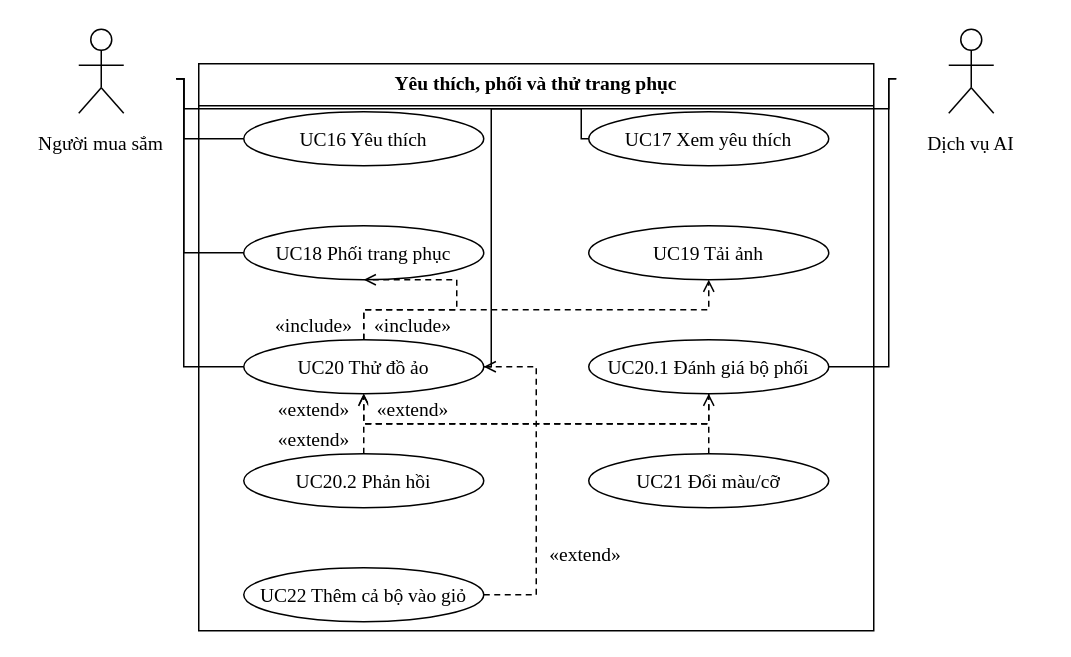
The draw.io diagram docs/do-an-LSOUL/So-do-LSOUL-rut-gon/drawio/UC-G03.drawio in Loccao102/BanHang, before the edit. Source tidied: cells renumbered, new cells numbered last; positions are measured from the earlier drawing's top-left corner, leaving out a move shared by most shapes. Both pictures are drawn from the tidied source at 150%, with x=0, y=0 at pixel (26, 26).
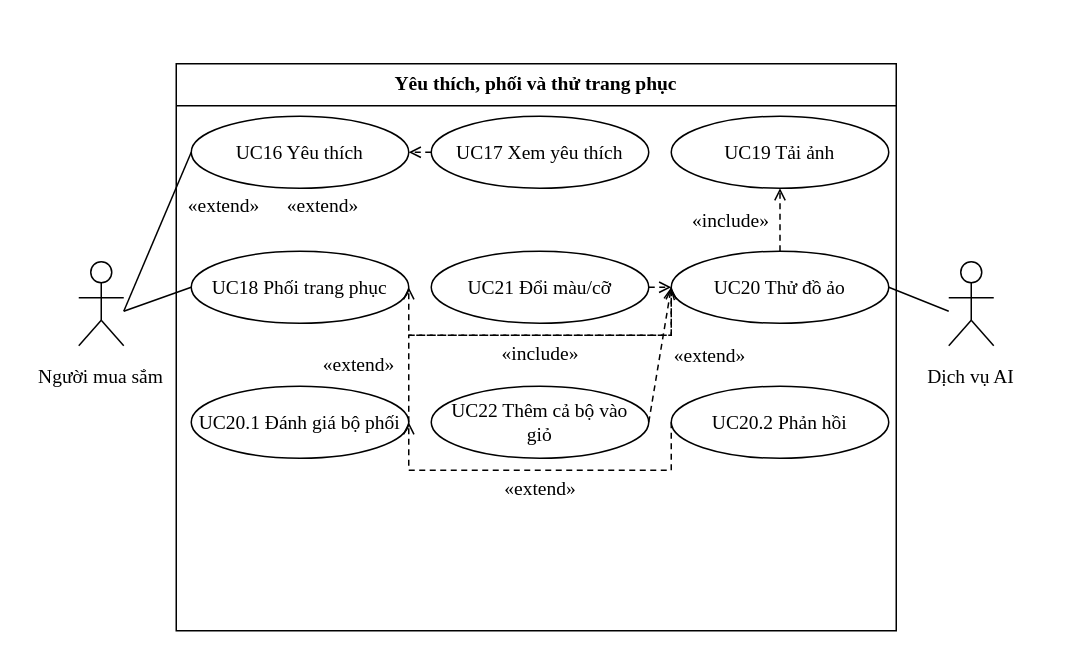
After the change.

Change to the diagram source:
```diff
@@
     <mxCell id="2" style="fontFamily=Times New Roman;fontSize=13;fontColor=#000000;strokeColor=#000000;strokeWidth=1;fillColor=#FFFFFF;shadow=0;rounded=0;html=0;whiteSpace=wrap;spacing=5;align=center;verticalAlign=middle;" parent="1" vertex="1">
-      <mxGeometry x="115" y="25" width="450" height="378" as="geometry" />
+      <mxGeometry x="100" y="25" width="480" height="378" as="geometry" />
     </mxCell>
     <mxCell id="3" value="Yêu thích, phối và thử trang phục" style="fontFamily=Times New Roman;fontSize=13;fontColor=#000000;strokeColor=#000000;strokeWidth=1;fillColor=#FFFFFF;shadow=0;rounded=0;html=0;whiteSpace=wrap;spacing=5;text;strokeColor=none;fillColor=none;align=center;verticalAlign=middle;fontStyle=1;" parent="1" vertex="1">
-      <mxGeometry x="118" y="27" width="444" height="22" as="geometry" />
+      <mxGeometry x="103" y="27" width="474" height="22" as="geometry" />
     </mxCell>
     <mxCell id="4" style="fontFamily=Times New Roman;fontSize=13;fontColor=#000000;strokeColor=#000000;strokeWidth=1;fillColor=#FFFFFF;shadow=0;rounded=0;html=0;whiteSpace=wrap;spacing=5;endArrow=none;endFill=1;startArrow=none;" parent="1" edge="1">
       <mxGeometry relative="1" as="geometry">
-        <mxPoint x="115" y="53" as="sourcePoint" />
-        <mxPoint x="565" y="53" as="targetPoint" />
+        <mxPoint x="100" y="53" as="sourcePoint" />
+        <mxPoint x="580" y="53" as="targetPoint" />
       </mxGeometry>
     </mxCell>
     <mxCell id="5" value="UC16 Yêu thích" style="fontFamily=Times New Roman;fontSize=13;fontColor=#000000;strokeColor=#000000;strokeWidth=1;fillColor=#FFFFFF;shadow=0;rounded=0;html=0;whiteSpace=wrap;spacing=5;ellipse;perimeter=ellipsePerimeter;align=center;verticalAlign=middle;" parent="1" vertex="1">
-      <mxGeometry x="145" y="57" width="160" height="36" as="geometry" />
+      <mxGeometry x="110" y="60" width="145" height="48" as="geometry" />
     </mxCell>
     <mxCell id="6" value="UC17 Xem yêu thích" style="fontFamily=Times New Roman;fontSize=13;fontColor=#000000;strokeColor=#000000;strokeWidth=1;fillColor=#FFFFFF;shadow=0;rounded=0;html=0;whiteSpace=wrap;spacing=5;ellipse;perimeter=ellipsePerimeter;align=center;verticalAlign=middle;" parent="1" vertex="1">
-      <mxGeometry x="375" y="57" width="160" height="36" as="geometry" />
+      <mxGeometry x="270" y="60" width="145" height="48" as="geometry" />
     </mxCell>
+    <mxCell id="8" value="UC19 Tải ảnh" style="fontFamily=Times New Roman;fontSize=13;fontColor=#000000;strokeColor=#000000;strokeWidth=1;fillColor=#FFFFFF;shadow=0;rounded=0;html=0;whiteSpace=wrap;spacing=5;ellipse;perimeter=ellipsePerimeter;align=center;verticalAlign=middle;" parent="1" vertex="1">
+      <mxGeometry x="430" y="60" width="145" height="48" as="geometry" />
+    </mxCell>
     <mxCell id="7" value="UC18 Phối trang phục" style="fontFamily=Times New Roman;fontSize=13;fontColor=#000000;strokeColor=#000000;strokeWidth=1;fillColor=#FFFFFF;shadow=0;rounded=0;html=0;whiteSpace=wrap;spacing=5;ellipse;perimeter=ellipsePerimeter;align=center;verticalAlign=middle;" parent="1" vertex="1">
-      <mxGeometry x="145" y="133" width="160" height="36" as="geometry" />
+      <mxGeometry x="110" y="150" width="145" height="48" as="geometry" />
     </mxCell>
-    <mxCell id="8" value="UC19 Tải ảnh" style="fontFamily=Times New Roman;fontSize=13;fontColor=#000000;strokeColor=#000000;strokeWidth=1;fillColor=#FFFFFF;shadow=0;rounded=0;html=0;whiteSpace=wrap;spacing=5;ellipse;perimeter=ellipsePerimeter;align=center;verticalAlign=middle;" parent="1" vertex="1">
-      <mxGeometry x="375" y="133" width="160" height="36" as="geometry" />
-    </mxCell>
+    <mxCell id="12" value="UC21 Đổi màu/cỡ" style="fontFamily=Times New Roman;fontSize=13;fontColor=#000000;strokeColor=#000000;strokeWidth=1;fillColor=#FFFFFF;shadow=0;rounded=0;html=0;whiteSpace=wrap;spacing=5;ellipse;perimeter=ellipsePerimeter;align=center;verticalAlign=middle;" parent="1" vertex="1">
+      <mxGeometry x="270" y="150" width="145" height="48" as="geometry" />
+    </mxCell>
     <mxCell id="9" value="UC20 Thử đồ ảo" style="fontFamily=Times New Roman;fontSize=13;fontColor=#000000;strokeColor=#000000;strokeWidth=1;fillColor=#FFFFFF;shadow=0;rounded=0;html=0;whiteSpace=wrap;spacing=5;ellipse;perimeter=ellipsePerimeter;align=center;verticalAlign=middle;" parent="1" vertex="1">
-      <mxGeometry x="145" y="209" width="160" height="36" as="geometry" />
+      <mxGeometry x="430" y="150" width="145" height="48" as="geometry" />
     </mxCell>
     <mxCell id="10" value="UC20.1 Đánh giá bộ phối" style="fontFamily=Times New Roman;fontSize=13;fontColor=#000000;strokeColor=#000000;strokeWidth=1;fillColor=#FFFFFF;shadow=0;rounded=0;html=0;whiteSpace=wrap;spacing=5;ellipse;perimeter=ellipsePerimeter;align=center;verticalAlign=middle;" parent="1" vertex="1">
-      <mxGeometry x="375" y="209" width="160" height="36" as="geometry" />
+      <mxGeometry x="110" y="240" width="145" height="48" as="geometry" />
     </mxCell>
+    <mxCell id="13" value="UC22 Thêm cả bộ vào giỏ" style="fontFamily=Times New Roman;fontSize=13;fontColor=#000000;strokeColor=#000000;strokeWidth=1;fillColor=#FFFFFF;shadow=0;rounded=0;html=0;whiteSpace=wrap;spacing=5;ellipse;perimeter=ellipsePerimeter;align=center;verticalAlign=middle;" parent="1" vertex="1">
+      <mxGeometry x="270" y="240" width="145" height="48" as="geometry" />
+    </mxCell>
     <mxCell id="11" value="UC20.2 Phản hồi" style="fontFamily=Times New Roman;fontSize=13;fontColor=#000000;strokeColor=#000000;strokeWidth=1;fillColor=#FFFFFF;shadow=0;rounded=0;html=0;whiteSpace=wrap;spacing=5;ellipse;perimeter=ellipsePerimeter;align=center;verticalAlign=middle;" parent="1" vertex="1">
-      <mxGeometry x="145" y="285" width="160" height="36" as="geometry" />
+      <mxGeometry x="430" y="240" width="145" height="48" as="geometry" />
     </mxCell>
-    <mxCell id="12" value="UC21 Đổi màu/cỡ" style="fontFamily=Times New Roman;fontSize=13;fontColor=#000000;strokeColor=#000000;strokeWidth=1;fillColor=#FFFFFF;shadow=0;rounded=0;html=0;whiteSpace=wrap;spacing=5;ellipse;perimeter=ellipsePerimeter;align=center;verticalAlign=middle;" parent="1" vertex="1">
-      <mxGeometry x="375" y="285" width="160" height="36" as="geometry" />
-    </mxCell>
-    <mxCell id="13" value="UC22 Thêm cả bộ vào giỏ" style="fontFamily=Times New Roman;fontSize=13;fontColor=#000000;strokeColor=#000000;strokeWidth=1;fillColor=#FFFFFF;shadow=0;rounded=0;html=0;whiteSpace=wrap;spacing=5;ellipse;perimeter=ellipsePerimeter;align=center;verticalAlign=middle;" parent="1" vertex="1">
-      <mxGeometry x="145" y="361" width="160" height="36" as="geometry" />
-    </mxCell>
     <mxCell id="14" style="group;" parent="1" vertex="1">
-      <mxGeometry width="100" height="92" as="geometry" />
+      <mxGeometry y="155" width="100" height="92" as="geometry" />
     </mxCell>
@@
     <mxCell id="21" style="group;" parent="1" vertex="1">
-      <mxGeometry x="580" width="100" height="92" as="geometry" />
+      <mxGeometry x="580" y="155" width="100" height="92" as="geometry" />
     </mxCell>
@@
-    <mxCell id="28" style="fontFamily=Times New Roman;fontSize=13;fontColor=#000000;strokeColor=#000000;strokeWidth=1;fillColor=#FFFFFF;shadow=0;rounded=0;html=0;whiteSpace=wrap;spacing=5;endArrow=none;endFill=1;startArrow=none;exitX=1.0000000;exitY=0.3804348;exitPerimeter=0;entryX=0.0000000;entryY=0.5000000;entryPerimeter=0;" parent="1" edge="1" source="14" target="5">
-      <mxGeometry relative="1" as="geometry">
-        <Array as="points">
-          <mxPoint x="105" y="35" />
-          <mxPoint x="105" y="75" />
-        </Array>
-      </mxGeometry>
+    <mxCell id="28" style="fontFamily=Times New Roman;fontSize=13;fontColor=#000000;strokeColor=#000000;strokeWidth=1;fillColor=#FFFFFF;shadow=0;rounded=0;html=0;whiteSpace=wrap;spacing=5;endArrow=none;endFill=1;startArrow=none;exitX=0.6500000;exitY=0.3804348;exitPerimeter=0;entryX=0.0000000;entryY=0.5000000;entryPerimeter=0;" parent="1" edge="1" source="14" target="5">
+      <mxGeometry relative="1" as="geometry" />
     </mxCell>
-    <mxCell id="29" style="fontFamily=Times New Roman;fontSize=13;fontColor=#000000;strokeColor=#000000;strokeWidth=1;fillColor=#FFFFFF;shadow=0;rounded=0;html=0;whiteSpace=wrap;spacing=5;endArrow=none;endFill=1;startArrow=none;exitX=1.0000000;exitY=0.3804348;exitPerimeter=0;entryX=0.0000000;entryY=0.5000000;entryPerimeter=0;" parent="1" edge="1" source="14" target="6">
-      <mxGeometry relative="1" as="geometry">
-        <Array as="points">
-          <mxPoint x="105" y="35" />
-          <mxPoint x="105" y="55" />
-          <mxPoint x="370" y="55" />
-          <mxPoint x="370" y="75" />
-        </Array>
-      </mxGeometry>
+    <mxCell id="29" style="fontFamily=Times New Roman;fontSize=13;fontColor=#000000;strokeColor=#000000;strokeWidth=1;fillColor=#FFFFFF;shadow=0;rounded=0;html=0;whiteSpace=wrap;spacing=5;endArrow=none;endFill=1;startArrow=none;exitX=0.6500000;exitY=0.3804348;exitPerimeter=0;entryX=0.0000000;entryY=0.5000000;entryPerimeter=0;" parent="1" edge="1" source="14" target="7">
+      <mxGeometry relative="1" as="geometry" />
     </mxCell>
-    <mxCell id="30" style="fontFamily=Times New Roman;fontSize=13;fontColor=#000000;strokeColor=#000000;strokeWidth=1;fillColor=#FFFFFF;shadow=0;rounded=0;html=0;whiteSpace=wrap;spacing=5;endArrow=none;endFill=1;startArrow=none;exitX=1.0000000;exitY=0.3804348;exitPerimeter=0;entryX=0.0000000;entryY=0.5000000;entryPerimeter=0;" parent="1" edge="1" source="14" target="7">
-      <mxGeometry relative="1" as="geometry">
-        <Array as="points">
-          <mxPoint x="105" y="35" />
-          <mxPoint x="105" y="151" />
-        </Array>
-      </mxGeometry>
+    <mxCell id="30" style="fontFamily=Times New Roman;fontSize=13;fontColor=#000000;strokeColor=#000000;strokeWidth=1;fillColor=#FFFFFF;shadow=0;rounded=0;html=0;whiteSpace=wrap;spacing=5;endArrow=none;endFill=1;startArrow=none;exitX=0.3500000;exitY=0.3804348;exitPerimeter=0;entryX=1.0000000;entryY=0.5000000;entryPerimeter=0;" parent="1" edge="1" source="21" target="9">
+      <mxGeometry relative="1" as="geometry" />
     </mxCell>
-    <mxCell id="31" style="fontFamily=Times New Roman;fontSize=13;fontColor=#000000;strokeColor=#000000;strokeWidth=1;fillColor=#FFFFFF;shadow=0;rounded=0;html=0;whiteSpace=wrap;spacing=5;endArrow=none;endFill=1;startArrow=none;exitX=1.0000000;exitY=0.3804348;exitPerimeter=0;entryX=0.0000000;entryY=0.5000000;entryPerimeter=0;" parent="1" edge="1" source="14" target="9">
-      <mxGeometry relative="1" as="geometry">
-        <Array as="points">
-          <mxPoint x="105" y="35" />
-          <mxPoint x="105" y="227" />
-        </Array>
-      </mxGeometry>
-    </mxCell>
-    <mxCell id="32" style="fontFamily=Times New Roman;fontSize=13;fontColor=#000000;strokeColor=#000000;strokeWidth=1;fillColor=#FFFFFF;shadow=0;rounded=0;html=0;whiteSpace=wrap;spacing=5;endArrow=none;endFill=1;startArrow=none;exitX=0.0000000;exitY=0.3804348;exitPerimeter=0;entryX=1.0000000;entryY=0.5000000;entryPerimeter=0;" parent="1" edge="1" source="21" target="9">
-      <mxGeometry relative="1" as="geometry">
-        <Array as="points">
-          <mxPoint x="575" y="35" />
-          <mxPoint x="575" y="55" />
-          <mxPoint x="310" y="55" />
-          <mxPoint x="310" y="227" />
-        </Array>
-      </mxGeometry>
-    </mxCell>
-    <mxCell id="33" style="fontFamily=Times New Roman;fontSize=13;fontColor=#000000;strokeColor=#000000;strokeWidth=1;fillColor=#FFFFFF;shadow=0;rounded=0;html=0;whiteSpace=wrap;spacing=5;endArrow=none;endFill=1;startArrow=none;exitX=0.0000000;exitY=0.3804348;exitPerimeter=0;entryX=1.0000000;entryY=0.5000000;entryPerimeter=0;" parent="1" edge="1" source="21" target="10">
-      <mxGeometry relative="1" as="geometry">
-        <Array as="points">
-          <mxPoint x="575" y="35" />
-          <mxPoint x="575" y="227" />
-        </Array>
-      </mxGeometry>
-    </mxCell>
-    <mxCell id="34" style="fontFamily=Times New Roman;fontSize=13;fontColor=#000000;strokeColor=#000000;strokeWidth=1;fillColor=#FFFFFF;shadow=0;rounded=0;html=0;whiteSpace=wrap;spacing=5;endArrow=open;endFill=1;startArrow=none;dashed=1;dashPattern=4 3;exitX=0.5000000;exitY=0.0000000;exitPerimeter=0;entryX=0.5000000;entryY=1.0000000;entryPerimeter=0;" parent="1" edge="1" source="9" target="7">
+    <mxCell id="34" style="fontFamily=Times New Roman;fontSize=13;fontColor=#000000;strokeColor=#000000;strokeWidth=1;fillColor=#FFFFFF;shadow=0;rounded=0;html=0;whiteSpace=wrap;spacing=5;endArrow=open;endFill=1;startArrow=none;dashed=1;dashPattern=4 3;exitX=0.0000000;exitY=0.5000000;exitPerimeter=0;entryX=1.0000000;entryY=0.5000000;entryPerimeter=0;" parent="1" edge="1" source="9" target="7">
       <mxGeometry relative="1" as="geometry">
         <Array as="points">
-          <mxPoint x="225" y="189" />
-          <mxPoint x="287" y="189" />
-          <mxPoint x="287" y="169" />
+          <mxPoint x="430" y="206" />
+          <mxPoint x="255" y="206" />
         </Array>
       </mxGeometry>
     </mxCell>
     <mxCell id="35" value="«include»" style="fontFamily=Times New Roman;fontSize=13;fontColor=#000000;strokeColor=#000000;strokeWidth=1;fillColor=#FFFFFF;shadow=0;rounded=0;html=0;whiteSpace=wrap;spacing=5;text;strokeColor=none;fillColor=none;align=center;verticalAlign=middle;fillColor=#FFFFFF;" parent="1" vertex="1">
-      <mxGeometry x="162" y="190" width="60" height="18" as="geometry" />
+      <mxGeometry x="312.5" y="209" width="60" height="18" as="geometry" />
     </mxCell>
     <mxCell id="36" style="fontFamily=Times New Roman;fontSize=13;fontColor=#000000;strokeColor=#000000;strokeWidth=1;fillColor=#FFFFFF;shadow=0;rounded=0;html=0;whiteSpace=wrap;spacing=5;endArrow=open;endFill=1;startArrow=none;dashed=1;dashPattern=4 3;exitX=0.5000000;exitY=0.0000000;exitPerimeter=0;entryX=0.5000000;entryY=1.0000000;entryPerimeter=0;" parent="1" edge="1" source="9" target="8">
-      <mxGeometry relative="1" as="geometry">
-        <Array as="points">
-          <mxPoint x="225" y="189" />
-          <mxPoint x="455" y="189" />
-        </Array>
-      </mxGeometry>
+      <mxGeometry relative="1" as="geometry" />
     </mxCell>
     <mxCell id="37" value="«include»" style="fontFamily=Times New Roman;fontSize=13;fontColor=#000000;strokeColor=#000000;strokeWidth=1;fillColor=#FFFFFF;shadow=0;rounded=0;html=0;whiteSpace=wrap;spacing=5;text;strokeColor=none;fillColor=none;align=center;verticalAlign=middle;fillColor=#FFFFFF;" parent="1" vertex="1">
-      <mxGeometry x="228" y="190" width="60" height="18" as="geometry" />
+      <mxGeometry x="439.5" y="120" width="60" height="18" as="geometry" />
     </mxCell>
-    <mxCell id="38" style="fontFamily=Times New Roman;fontSize=13;fontColor=#000000;strokeColor=#000000;strokeWidth=1;fillColor=#FFFFFF;shadow=0;rounded=0;html=0;whiteSpace=wrap;spacing=5;endArrow=open;endFill=1;startArrow=none;dashed=1;dashPattern=4 3;exitX=0.5000000;exitY=1.0000000;exitPerimeter=0;entryX=0.5000000;entryY=1.0000000;entryPerimeter=0;" parent="1" edge="1" source="10" target="9">
+    <mxCell id="38" style="fontFamily=Times New Roman;fontSize=13;fontColor=#000000;strokeColor=#000000;strokeWidth=1;fillColor=#FFFFFF;shadow=0;rounded=0;html=0;whiteSpace=wrap;spacing=5;endArrow=open;endFill=1;startArrow=none;dashed=1;dashPattern=4 3;exitX=1.0000000;exitY=0.5000000;exitPerimeter=0;entryX=0.0000000;entryY=0.5000000;entryPerimeter=0;" parent="1" edge="1" source="10" target="9">
       <mxGeometry relative="1" as="geometry">
         <Array as="points">
-          <mxPoint x="455" y="265" />
-          <mxPoint x="225" y="265" />
+          <mxPoint x="255" y="206" />
+          <mxPoint x="430" y="206" />
         </Array>
       </mxGeometry>
     </mxCell>
     <mxCell id="39" value="«extend»" style="fontFamily=Times New Roman;fontSize=13;fontColor=#000000;strokeColor=#000000;strokeWidth=1;fillColor=#FFFFFF;shadow=0;rounded=0;html=0;whiteSpace=wrap;spacing=5;text;strokeColor=none;fillColor=none;align=center;verticalAlign=middle;fillColor=#FFFFFF;" parent="1" vertex="1">
-      <mxGeometry x="162" y="246" width="60" height="18" as="geometry" />
+      <mxGeometry x="192" y="215.6" width="60" height="18" as="geometry" />
     </mxCell>
-    <mxCell id="40" style="fontFamily=Times New Roman;fontSize=13;fontColor=#000000;strokeColor=#000000;strokeWidth=1;fillColor=#FFFFFF;shadow=0;rounded=0;html=0;whiteSpace=wrap;spacing=5;endArrow=open;endFill=1;startArrow=none;dashed=1;dashPattern=4 3;exitX=0.5000000;exitY=0.0000000;exitPerimeter=0;entryX=0.5000000;entryY=1.0000000;entryPerimeter=0;" parent="1" edge="1" source="11" target="10">
+    <mxCell id="40" style="fontFamily=Times New Roman;fontSize=13;fontColor=#000000;strokeColor=#000000;strokeWidth=1;fillColor=#FFFFFF;shadow=0;rounded=0;html=0;whiteSpace=wrap;spacing=5;endArrow=open;endFill=1;startArrow=none;dashed=1;dashPattern=4 3;exitX=0.0000000;exitY=0.5000000;exitPerimeter=0;entryX=1.0000000;entryY=0.5000000;entryPerimeter=0;" parent="1" edge="1" source="11" target="10">
       <mxGeometry relative="1" as="geometry">
         <Array as="points">
-          <mxPoint x="225" y="265" />
-          <mxPoint x="455" y="265" />
+          <mxPoint x="430" y="296" />
+          <mxPoint x="255" y="296" />
         </Array>
       </mxGeometry>
     </mxCell>
     <mxCell id="41" value="«extend»" style="fontFamily=Times New Roman;fontSize=13;fontColor=#000000;strokeColor=#000000;strokeWidth=1;fillColor=#FFFFFF;shadow=0;rounded=0;html=0;whiteSpace=wrap;spacing=5;text;strokeColor=none;fillColor=none;align=center;verticalAlign=middle;fillColor=#FFFFFF;" parent="1" vertex="1">
-      <mxGeometry x="162" y="266" width="60" height="18" as="geometry" />
+      <mxGeometry x="312.5" y="299" width="60" height="18" as="geometry" />
     </mxCell>
-    <mxCell id="42" style="fontFamily=Times New Roman;fontSize=13;fontColor=#000000;strokeColor=#000000;strokeWidth=1;fillColor=#FFFFFF;shadow=0;rounded=0;html=0;whiteSpace=wrap;spacing=5;endArrow=open;endFill=1;startArrow=none;dashed=1;dashPattern=4 3;exitX=0.5000000;exitY=0.0000000;exitPerimeter=0;entryX=0.5000000;entryY=1.0000000;entryPerimeter=0;" parent="1" edge="1" source="12" target="9">
-      <mxGeometry relative="1" as="geometry">
-        <Array as="points">
-          <mxPoint x="455" y="265" />
-          <mxPoint x="225" y="265" />
-        </Array>
-      </mxGeometry>
+    <mxCell id="42" style="fontFamily=Times New Roman;fontSize=13;fontColor=#000000;strokeColor=#000000;strokeWidth=1;fillColor=#FFFFFF;shadow=0;rounded=0;html=0;whiteSpace=wrap;spacing=5;endArrow=open;endFill=1;startArrow=none;dashed=1;dashPattern=4 3;exitX=1.0000000;exitY=0.5000000;exitPerimeter=0;entryX=0.0000000;entryY=0.5000000;entryPerimeter=0;" parent="1" edge="1" source="12" target="9">
+      <mxGeometry relative="1" as="geometry" />
     </mxCell>
     <mxCell id="43" value="«extend»" style="fontFamily=Times New Roman;fontSize=13;fontColor=#000000;strokeColor=#000000;strokeWidth=1;fillColor=#FFFFFF;shadow=0;rounded=0;html=0;whiteSpace=wrap;spacing=5;text;strokeColor=none;fillColor=none;align=center;verticalAlign=middle;fillColor=#FFFFFF;" parent="1" vertex="1">
-      <mxGeometry x="228" y="246" width="60" height="18" as="geometry" />
+      <mxGeometry x="102" y="110" width="60" height="18" as="geometry" />
     </mxCell>
-    <mxCell id="44" style="fontFamily=Times New Roman;fontSize=13;fontColor=#000000;strokeColor=#000000;strokeWidth=1;fillColor=#FFFFFF;shadow=0;rounded=0;html=0;whiteSpace=wrap;spacing=5;endArrow=open;endFill=1;startArrow=none;dashed=1;dashPattern=4 3;exitX=1.0000000;exitY=0.5000000;exitPerimeter=0;entryX=1.0000000;entryY=0.5000000;entryPerimeter=0;" parent="1" edge="1" source="13" target="9">
-      <mxGeometry relative="1" as="geometry">
-        <Array as="points">
-          <mxPoint x="340" y="379" />
-          <mxPoint x="340" y="227" />
-        </Array>
-      </mxGeometry>
+    <mxCell id="44" style="fontFamily=Times New Roman;fontSize=13;fontColor=#000000;strokeColor=#000000;strokeWidth=1;fillColor=#FFFFFF;shadow=0;rounded=0;html=0;whiteSpace=wrap;spacing=5;endArrow=open;endFill=1;startArrow=none;dashed=1;dashPattern=4 3;exitX=1.0000000;exitY=0.5000000;exitPerimeter=0;entryX=0.0000000;entryY=0.5000000;entryPerimeter=0;" parent="1" edge="1" source="13" target="9">
+      <mxGeometry relative="1" as="geometry" />
     </mxCell>
     <mxCell id="45" value="«extend»" style="fontFamily=Times New Roman;fontSize=13;fontColor=#000000;strokeColor=#000000;strokeWidth=1;fillColor=#FFFFFF;shadow=0;rounded=0;html=0;whiteSpace=wrap;spacing=5;text;strokeColor=none;fillColor=none;align=center;verticalAlign=middle;fillColor=#FFFFFF;" parent="1" vertex="1">
-      <mxGeometry x="343" y="342.6" width="60" height="18" as="geometry" />
+      <mxGeometry x="425.5" y="210" width="60" height="18" as="geometry" />
     </mxCell>
+    <mxCell id="46" style="fontFamily=Times New Roman;fontSize=13;fontColor=#000000;strokeColor=#000000;strokeWidth=1;fillColor=#FFFFFF;shadow=0;rounded=0;html=0;whiteSpace=wrap;spacing=5;endArrow=open;endFill=1;startArrow=none;dashed=1;dashPattern=4 3;exitX=0.0000000;exitY=0.5000000;exitPerimeter=0;entryX=1.0000000;entryY=0.5000000;entryPerimeter=0;" parent="1" edge="1" source="6" target="5">
+      <mxGeometry relative="1" as="geometry" />
+    </mxCell>
+    <mxCell id="47" value="«extend»" style="fontFamily=Times New Roman;fontSize=13;fontColor=#000000;strokeColor=#000000;strokeWidth=1;fillColor=#FFFFFF;shadow=0;rounded=0;html=0;whiteSpace=wrap;spacing=5;text;strokeColor=none;fillColor=none;align=center;verticalAlign=middle;fillColor=#FFFFFF;" parent="1" vertex="1">
+      <mxGeometry x="168" y="110" width="60" height="18" as="geometry" />
+    </mxCell>
```
